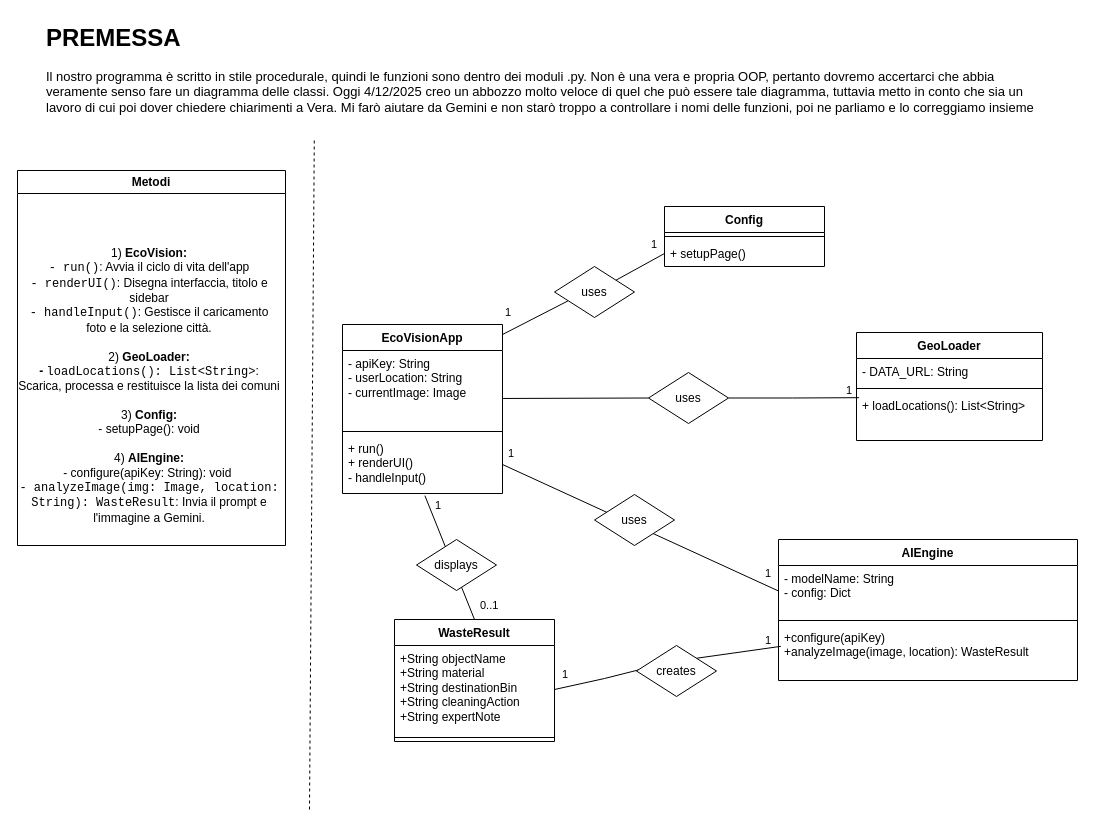
This is Diagrammi_Progetto/Diagramma_delle_classi.drawio from p3pp304/ecovision_pep, a draw.io file, before an edit. Source tidied: cells renumbered, new cells numbered last; positions are measured from the earlier drawing's top-left corner, leaving out a move shared by most shapes. Both pictures are drawn from the tidied source at 100%, with x=0, y=0 at pixel (17, 17).
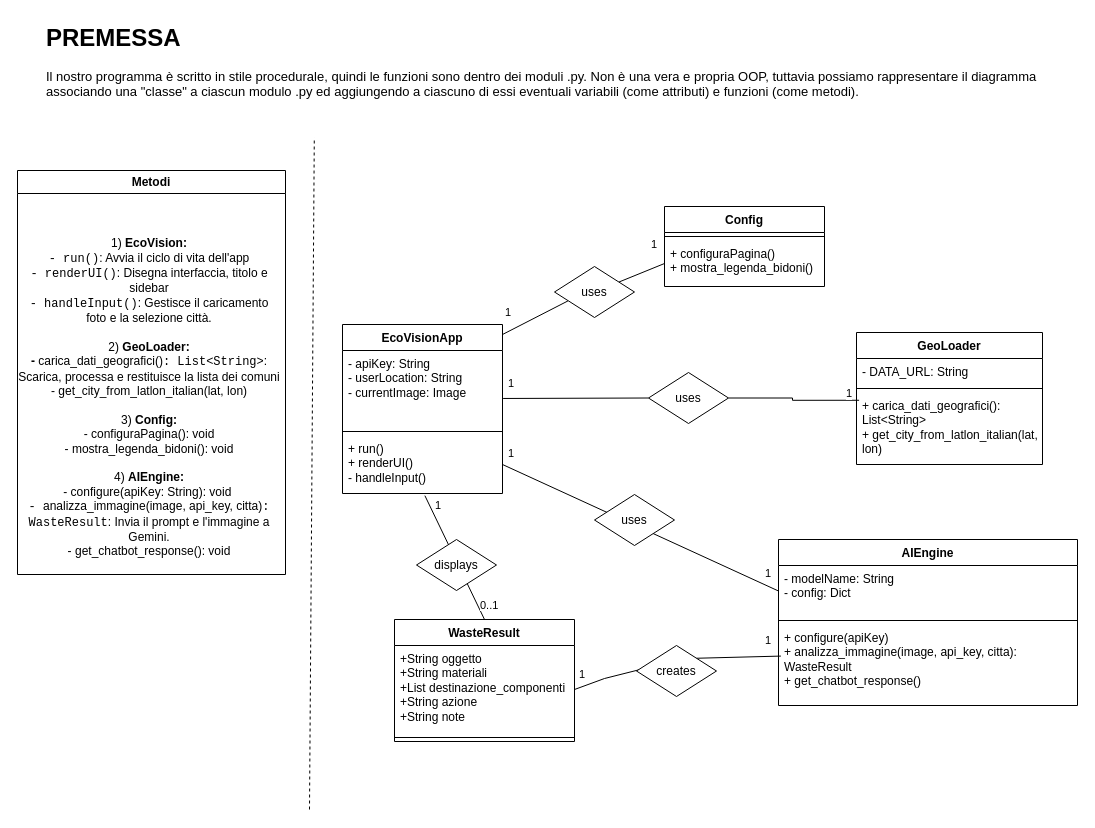
The same page after the edit.

Commit message (it also covers changes not shown here):
Modificati i diagrammi del progetto

Change to the diagram source:
```diff
@@
-    <mxCell id="2" value="&lt;h1 style=&quot;margin-top: 0px;&quot;&gt;PREMESSA&lt;/h1&gt;&lt;div&gt;&lt;font style=&quot;font-size: 13px;&quot;&gt;Il nostro programma è scritto in stile procedurale, quindi le funzioni sono dentro dei moduli .py. Non è una vera e propria OOP, pertanto dovremo accertarci che abbia veramente senso fare un diagramma delle classi. Oggi 4/12/2025 creo un abbozzo molto veloce di quel che può essere tale diagramma, tuttavia metto in conto che sia un lavoro di cui poi dover chiedere chiarimenti a Vera. Mi farò aiutare da Gemini e non starò troppo a controllare i nomi delle funzioni, poi ne parliamo e lo correggiamo insieme&lt;/font&gt;&lt;/div&gt;" style="text;html=1;whiteSpace=wrap;overflow=hidden;rounded=0;" parent="1" vertex="1">
+    <mxCell id="2" value="&lt;h1 style=&quot;margin-top: 0px;&quot;&gt;PREMESSA&lt;/h1&gt;&lt;div&gt;&lt;font style=&quot;font-size: 13px;&quot;&gt;Il nostro programma è scritto in stile procedurale, quindi le funzioni sono dentro dei moduli .py. Non è una vera e propria OOP, tuttavia possiamo rappresentare il diagramma associando una &quot;classe&quot; a ciascun modulo .py ed aggiungendo a ciascuno di essi eventuali variabili (come attributi) e funzioni (come metodi).&lt;/font&gt;&lt;/div&gt;" style="text;html=1;whiteSpace=wrap;overflow=hidden;rounded=0;" parent="1" vertex="1">
       <mxGeometry x="27" width="994" height="120" as="geometry" />
     </mxCell>
@@
     <mxCell id="7" value="Config" style="swimlane;fontStyle=1;align=center;verticalAlign=top;horizontal=1;startSize=26;whiteSpace=wrap;html=1;" parent="1" vertex="1">
-      <mxGeometry x="647" y="189" width="160" height="60" as="geometry" />
+      <mxGeometry x="647" y="189" width="160" height="80" as="geometry" />
     </mxCell>
@@
-    <mxCell id="9" value="+ setupPage()" style="text;strokeColor=none;fillColor=none;align=left;verticalAlign=top;spacingLeft=4;spacingRight=4;overflow=hidden;points=[[0,0.5],[1,0.5]];portConstraint=eastwest;whiteSpace=wrap;html=1;" parent="7" vertex="1">
-      <mxGeometry y="34" width="160" height="26" as="geometry" />
+    <mxCell id="9" value="+ configuraPagina()&lt;div&gt;+ mostra_legenda_bidoni()&lt;/div&gt;" style="text;strokeColor=none;fillColor=none;align=left;verticalAlign=top;spacingLeft=4;spacingRight=4;overflow=hidden;points=[[0,0.5],[1,0.5]];portConstraint=eastwest;whiteSpace=wrap;html=1;" parent="7" vertex="1">
+      <mxGeometry y="34" width="160" height="46" as="geometry" />
     </mxCell>
     <mxCell id="10" value="GeoLoader" style="swimlane;fontStyle=1;align=center;verticalAlign=top;horizontal=1;startSize=26;whiteSpace=wrap;html=1;" parent="1" vertex="1">
-      <mxGeometry x="839" y="315" width="186" height="108" as="geometry" />
+      <mxGeometry x="839" y="315" width="186" height="132" as="geometry" />
     </mxCell>
@@
-    <mxCell id="13" value="+ loadLocations(): List&amp;lt;String&amp;gt;" style="text;strokeColor=none;fillColor=none;align=left;verticalAlign=top;spacingLeft=4;spacingRight=4;overflow=hidden;points=[[0,0.5],[1,0.5]];portConstraint=eastwest;whiteSpace=wrap;html=1;" parent="10" vertex="1">
-      <mxGeometry y="60" width="186" height="48" as="geometry" />
+    <mxCell id="13" value="+ carica_dati_geografici(): List&amp;lt;String&amp;gt;&lt;div&gt;+&amp;nbsp;get_city_from_latlon_italian(lat, lon)&lt;/div&gt;" style="text;strokeColor=none;fillColor=none;align=left;verticalAlign=top;spacingLeft=4;spacingRight=4;overflow=hidden;points=[[0,0.5],[1,0.5]];portConstraint=eastwest;whiteSpace=wrap;html=1;" parent="10" vertex="1">
+      <mxGeometry y="60" width="186" height="72" as="geometry" />
     </mxCell>
     <mxCell id="14" value="AIEngine" style="swimlane;fontStyle=1;align=center;verticalAlign=top;horizontal=1;startSize=26;whiteSpace=wrap;html=1;" parent="1" vertex="1">
-      <mxGeometry x="761" y="522" width="299" height="141" as="geometry" />
+      <mxGeometry x="761" y="522" width="299" height="166" as="geometry" />
     </mxCell>
@@
-    <mxCell id="17" value="+configure(apiKey)&lt;br&gt;        +analyzeImage(image, location): WasteResult" style="text;strokeColor=none;fillColor=none;align=left;verticalAlign=top;spacingLeft=4;spacingRight=4;overflow=hidden;points=[[0,0.5],[1,0.5]];portConstraint=eastwest;whiteSpace=wrap;html=1;" parent="14" vertex="1">
-      <mxGeometry y="85" width="299" height="56" as="geometry" />
+    <mxCell id="17" value="+ configure(apiKey)&lt;br&gt;        + analizza_immagine(image, api_key, citta): WasteResult&lt;div&gt;+ get_chatbot_response()&lt;/div&gt;" style="text;strokeColor=none;fillColor=none;align=left;verticalAlign=top;spacingLeft=4;spacingRight=4;overflow=hidden;points=[[0,0.5],[1,0.5]];portConstraint=eastwest;whiteSpace=wrap;html=1;" parent="14" vertex="1">
+      <mxGeometry y="85" width="299" height="81" as="geometry" />
     </mxCell>
     <mxCell id="18" value="WasteResult" style="swimlane;fontStyle=1;align=center;verticalAlign=top;horizontal=1;startSize=26;whiteSpace=wrap;html=1;" parent="1" vertex="1">
-      <mxGeometry x="377" y="602" width="160" height="122" as="geometry" />
+      <mxGeometry x="377" y="602" width="180" height="122" as="geometry" />
     </mxCell>
-    <mxCell id="19" value="+String objectName&lt;br/&gt;        +String material&lt;br/&gt;        +String destinationBin&lt;br/&gt;        +String cleaningAction&lt;br/&gt;        +String expertNote" style="text;strokeColor=none;fillColor=none;align=left;verticalAlign=top;spacingLeft=4;spacingRight=4;overflow=hidden;points=[[0,0.5],[1,0.5]];portConstraint=eastwest;whiteSpace=wrap;html=1;" parent="18" vertex="1">
-      <mxGeometry y="26" width="160" height="88" as="geometry" />
+    <mxCell id="19" value="+String oggetto&amp;nbsp;&lt;br&gt;        +String materiali&lt;br&gt;        +List destinazione_componenti&lt;br&gt;        +String azione&lt;br&gt;        +String note" style="text;strokeColor=none;fillColor=none;align=left;verticalAlign=top;spacingLeft=4;spacingRight=4;overflow=hidden;points=[[0,0.5],[1,0.5]];portConstraint=eastwest;whiteSpace=wrap;html=1;" parent="18" vertex="1">
+      <mxGeometry y="26" width="180" height="88" as="geometry" />
     </mxCell>
     <mxCell id="20" style="line;strokeWidth=1;fillColor=none;align=left;verticalAlign=middle;spacingTop=-1;spacingLeft=3;spacingRight=3;labelPosition=right;strokeColor=inherit;" parent="18" vertex="1">
-      <mxGeometry y="114" width="160" height="8" as="geometry" />
+      <mxGeometry y="114" width="180" height="8" as="geometry" />
     </mxCell>
     <mxCell id="21" value="Metodi" style="swimlane;whiteSpace=wrap;html=1;" parent="1" vertex="1">
-      <mxGeometry y="153" width="268" height="375" as="geometry" />
+      <mxGeometry y="153" width="268" height="404" as="geometry" />
     </mxCell>
-    <mxCell id="22" value="1) &lt;b&gt;EcoVision:&lt;/b&gt;&lt;div&gt;&lt;code&gt;- run()&lt;/code&gt;: Avvia il ciclo di vita dell'app&lt;/div&gt;&lt;div&gt;&lt;code&gt;- renderUI()&lt;/code&gt;: Disegna interfaccia, titolo e sidebar&lt;/div&gt;&lt;div&gt;&lt;code&gt;- handleInput()&lt;/code&gt;: Gestisce il caricamento foto e la selezione città.&lt;/div&gt;&lt;div&gt;&lt;br&gt;&lt;/div&gt;&lt;div&gt;2) &lt;b&gt;GeoLoader:&lt;/b&gt;&lt;/div&gt;&lt;div&gt;&lt;b&gt;-&amp;nbsp;&lt;/b&gt;&lt;code style=&quot;background-color: transparent; color: light-dark(rgb(0, 0, 0), rgb(255, 255, 255));&quot;&gt;loadLocations(): List&amp;lt;String&amp;gt;&lt;/code&gt;&lt;span style=&quot;background-color: transparent; color: light-dark(rgb(0, 0, 0), rgb(255, 255, 255));&quot;&gt;: Scarica, processa e restituisce la lista dei comuni&lt;/span&gt;&lt;/div&gt;&lt;div&gt;&lt;span style=&quot;background-color: transparent; color: light-dark(rgb(0, 0, 0), rgb(255, 255, 255));&quot;&gt;&lt;br&gt;&lt;/span&gt;&lt;/div&gt;&lt;div&gt;&lt;span style=&quot;background-color: transparent; color: light-dark(rgb(0, 0, 0), rgb(255, 255, 255));&quot;&gt;3) &lt;b&gt;Config:&lt;/b&gt;&lt;/span&gt;&lt;/div&gt;&lt;div&gt;- setupPage(): void&lt;span style=&quot;background-color: transparent; color: light-dark(rgb(0, 0, 0), rgb(255, 255, 255));&quot;&gt;&lt;b&gt;&lt;/b&gt;&lt;/span&gt;&lt;/div&gt;&lt;div&gt;&lt;br&gt;&lt;/div&gt;&lt;div&gt;4) &lt;b&gt;AIEngine:&lt;/b&gt;&lt;/div&gt;&lt;div&gt;&lt;span style=&quot;background-color: transparent; color: light-dark(rgb(0, 0, 0), rgb(255, 255, 255));&quot;&gt;- configure(apiKey: String): void&amp;nbsp;&lt;/span&gt;&lt;/div&gt;&lt;div&gt;&lt;code style=&quot;background-color: transparent; color: light-dark(rgb(0, 0, 0), rgb(255, 255, 255));&quot;&gt;- analyzeImage(img: Image, location: String): WasteResult&lt;/code&gt;&lt;span style=&quot;background-color: transparent; color: light-dark(rgb(0, 0, 0), rgb(255, 255, 255));&quot;&gt;: Invia il prompt e l'immagine a Gemini.&lt;/span&gt;&lt;/div&gt;" style="text;html=1;whiteSpace=wrap;strokeColor=none;fillColor=none;align=center;verticalAlign=middle;rounded=0;" parent="21" vertex="1">
-      <mxGeometry y="49" width="264" height="332" as="geometry" />
+    <mxCell id="22" value="1) &lt;b&gt;EcoVision:&lt;/b&gt;&lt;div&gt;&lt;code&gt;- run()&lt;/code&gt;: Avvia il ciclo di vita dell'app&lt;/div&gt;&lt;div&gt;&lt;code&gt;- renderUI()&lt;/code&gt;: Disegna interfaccia, titolo e sidebar&lt;/div&gt;&lt;div&gt;&lt;code&gt;- handleInput()&lt;/code&gt;: Gestisce il caricamento foto e la selezione città.&lt;/div&gt;&lt;div&gt;&lt;br&gt;&lt;/div&gt;&lt;div&gt;2) &lt;b&gt;GeoLoader:&lt;/b&gt;&lt;/div&gt;&lt;div&gt;&lt;b&gt;- &lt;/b&gt;carica_dati_geografici()&lt;code style=&quot;background-color: transparent; color: light-dark(rgb(0, 0, 0), rgb(255, 255, 255));&quot;&gt;: List&amp;lt;String&amp;gt;&lt;/code&gt;&lt;span style=&quot;background-color: transparent; color: light-dark(rgb(0, 0, 0), rgb(255, 255, 255));&quot;&gt;: Scarica, processa e restituisce la lista dei comuni&lt;/span&gt;&lt;/div&gt;&lt;div&gt;&lt;span style=&quot;background-color: transparent; color: light-dark(rgb(0, 0, 0), rgb(255, 255, 255));&quot;&gt;-&amp;nbsp;&lt;/span&gt;&lt;span style=&quot;text-align: left; background-color: transparent; color: light-dark(rgb(0, 0, 0), rgb(255, 255, 255));&quot;&gt;get_city_from_latlon_italian(lat, lon)&lt;/span&gt;&lt;/div&gt;&lt;div&gt;&lt;span style=&quot;background-color: transparent; color: light-dark(rgb(0, 0, 0), rgb(255, 255, 255));&quot;&gt;&lt;br&gt;&lt;/span&gt;&lt;/div&gt;&lt;div&gt;&lt;span style=&quot;background-color: transparent; color: light-dark(rgb(0, 0, 0), rgb(255, 255, 255));&quot;&gt;3) &lt;b&gt;Config:&lt;/b&gt;&lt;/span&gt;&lt;/div&gt;&lt;div&gt;- configuraPagina(): void&lt;span style=&quot;background-color: transparent; color: light-dark(rgb(0, 0, 0), rgb(255, 255, 255));&quot;&gt;&lt;b&gt;&lt;/b&gt;&lt;/span&gt;&lt;/div&gt;&lt;div&gt;- mostra_legenda_bidoni(): void&lt;/div&gt;&lt;div&gt;&lt;br&gt;&lt;/div&gt;&lt;div&gt;4) &lt;b&gt;AIEngine:&lt;/b&gt;&lt;/div&gt;&lt;div&gt;&lt;span style=&quot;background-color: transparent; color: light-dark(rgb(0, 0, 0), rgb(255, 255, 255));&quot;&gt;- configure(apiKey: String): void&amp;nbsp;&lt;/span&gt;&lt;/div&gt;&lt;div&gt;&lt;code style=&quot;background-color: transparent; color: light-dark(rgb(0, 0, 0), rgb(255, 255, 255));&quot;&gt;-&amp;nbsp;&lt;/code&gt;&lt;span style=&quot;text-align: left; background-color: transparent; color: light-dark(rgb(0, 0, 0), rgb(255, 255, 255));&quot;&gt;analizza_immagine(image, api_key, citta)&lt;/span&gt;&lt;code style=&quot;background-color: transparent; color: light-dark(rgb(0, 0, 0), rgb(255, 255, 255));&quot;&gt;: WasteResult&lt;/code&gt;&lt;span style=&quot;background-color: transparent; color: light-dark(rgb(0, 0, 0), rgb(255, 255, 255));&quot;&gt;: Invia il prompt e l'immagine a Gemini.&lt;/span&gt;&lt;/div&gt;&lt;div&gt;&lt;span style=&quot;background-color: transparent; color: light-dark(rgb(0, 0, 0), rgb(255, 255, 255));&quot;&gt;-&amp;nbsp;&lt;/span&gt;&lt;span style=&quot;text-align: left; background-color: transparent; color: light-dark(rgb(0, 0, 0), rgb(255, 255, 255));&quot;&gt;get_chatbot_response(): void&lt;/span&gt;&lt;/div&gt;" style="text;html=1;whiteSpace=wrap;strokeColor=none;fillColor=none;align=center;verticalAlign=middle;rounded=0;" parent="21" vertex="1">
+      <mxGeometry y="49" width="264" height="355" as="geometry" />
     </mxCell>
@@
     <mxCell id="39" value="1" style="edgeLabel;html=1;align=left;verticalAlign=bottom;" parent="1" vertex="1">
       <mxGeometry x="545" y="651" as="geometry">
-        <mxPoint x="-2" y="14" as="offset" />
+        <mxPoint x="15" y="14" as="offset" />
       </mxGeometry>
     </mxCell>
@@
+    <mxCell id="46" value="1" style="edgeLabel;html=1;align=right;verticalAlign=bottom;" parent="1" vertex="1">
+      <mxGeometry x="496" y="370" as="geometry">
+        <mxPoint x="1" y="4" as="offset" />
+      </mxGeometry>
+    </mxCell>
```
